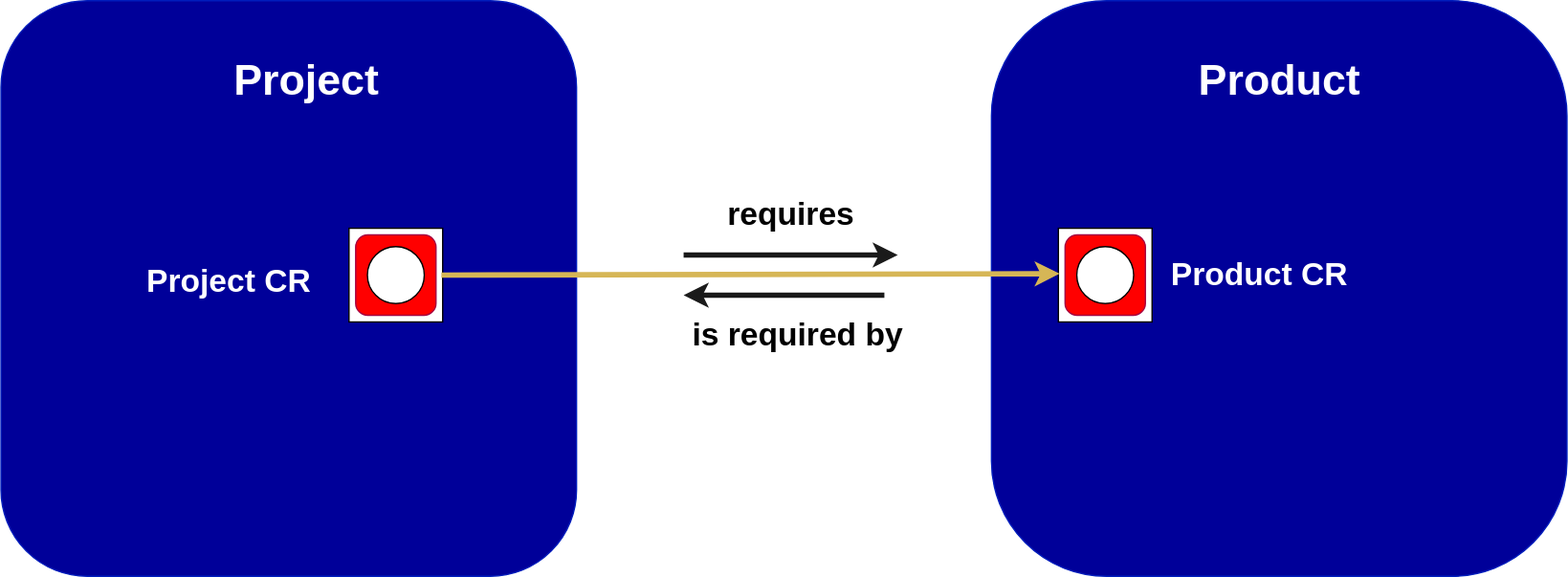
This is EasySyncAutomaticProduct2.svg from alaindelanay/drawings, a draw.io export, as it was before one commit. Source tidied: cells renumbered, new cells last; positions are measured from the earlier drawing's top-left corner, leaving out a move shared by most shapes.
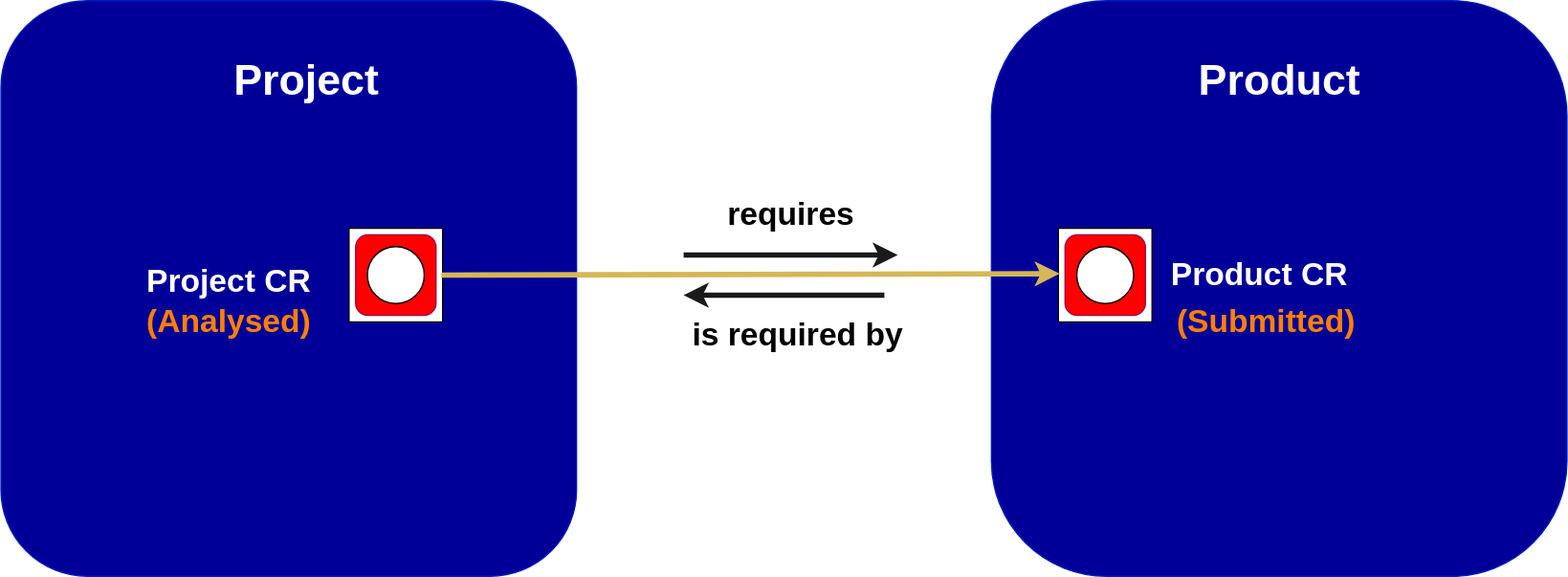
After the commit.

Commit message:
Mettre à jour EasySyncAutomaticProduct2.svg

The edit, as a diff of the source:
```diff
@@ -68,5 +68,11 @@
     <mxCell id="21" value="&lt;font style=&quot;font-size: 24px;&quot; color=&quot;#ffffff&quot;&gt;Product CR&lt;/font&gt;" style="text;strokeColor=none;fillColor=none;html=1;fontSize=24;fontStyle=1;verticalAlign=middle;align=center;" parent="1" vertex="1">
       <mxGeometry x="860" y="175" width="160" height="60" as="geometry" />
     </mxCell>
+    <mxCell id="22" value="&lt;font color=&quot;#ff8000&quot;&gt;(Analysed)&lt;/font&gt;" style="text;strokeColor=none;fillColor=none;html=1;fontSize=24;fontStyle=1;verticalAlign=middle;align=center;" parent="1" vertex="1">
+      <mxGeometry x="100" y="220" width="140" height="40" as="geometry" />
+    </mxCell>
+    <mxCell id="23" value="&lt;font color=&quot;#ff8000&quot;&gt;(Submitted)&lt;/font&gt;" style="text;strokeColor=none;fillColor=none;html=1;fontSize=24;fontStyle=1;verticalAlign=middle;align=center;" parent="1" vertex="1">
+      <mxGeometry x="870" y="220" width="150" height="40" as="geometry" />
+    </mxCell>
   </root>
 </mxGraphModel>
```
